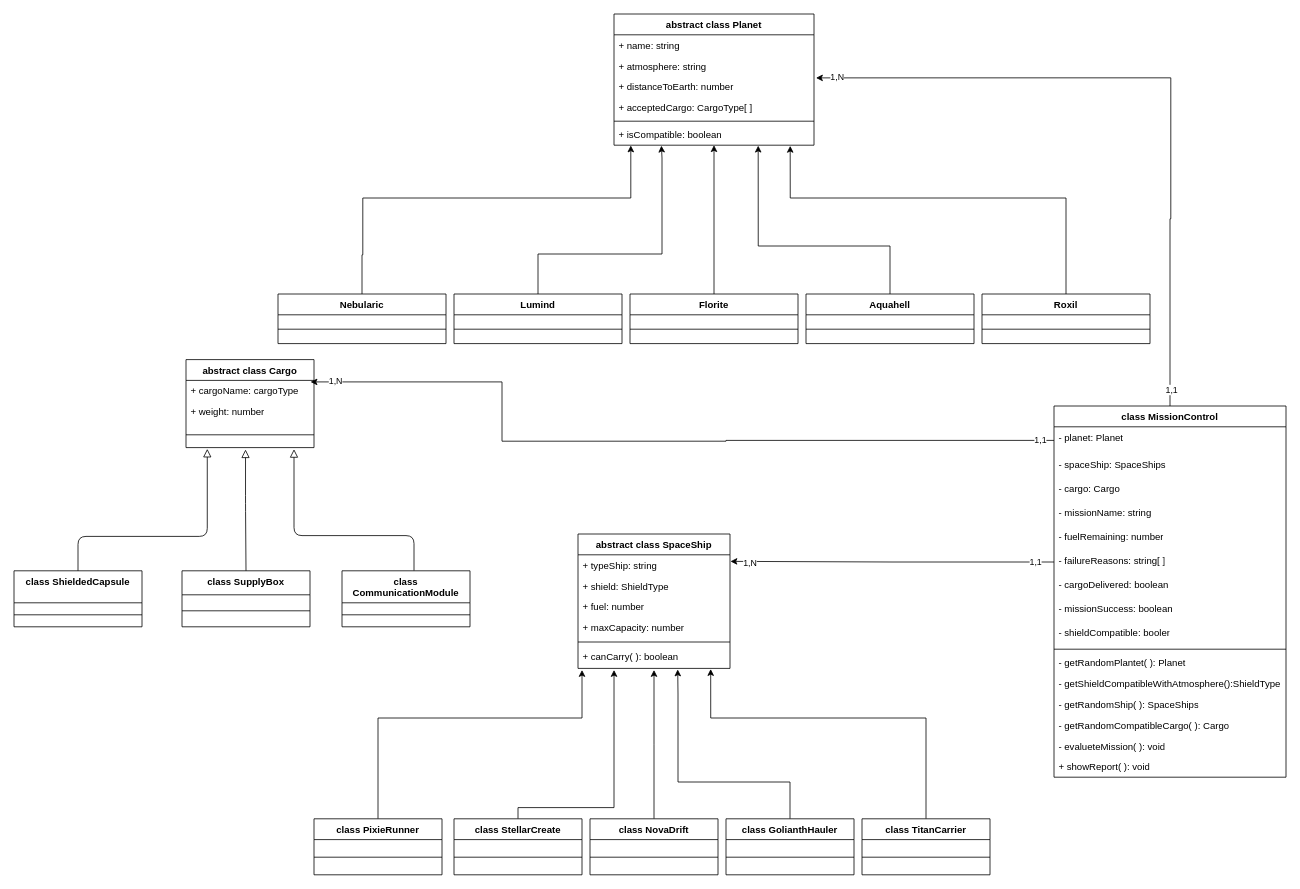
Fabricio-Fontenele/aval1-poo keeps this draw.io diagram as diagrams/aval1_poo.drawio. Above is the earlier version. Source tidied: cells renumbered, new cells numbered last; positions are measured from the earlier drawing's top-left corner, leaving out a move shared by most shapes. Both pictures are drawn from the tidied source at 80%, with x=0, y=0 at pixel (14, 14).
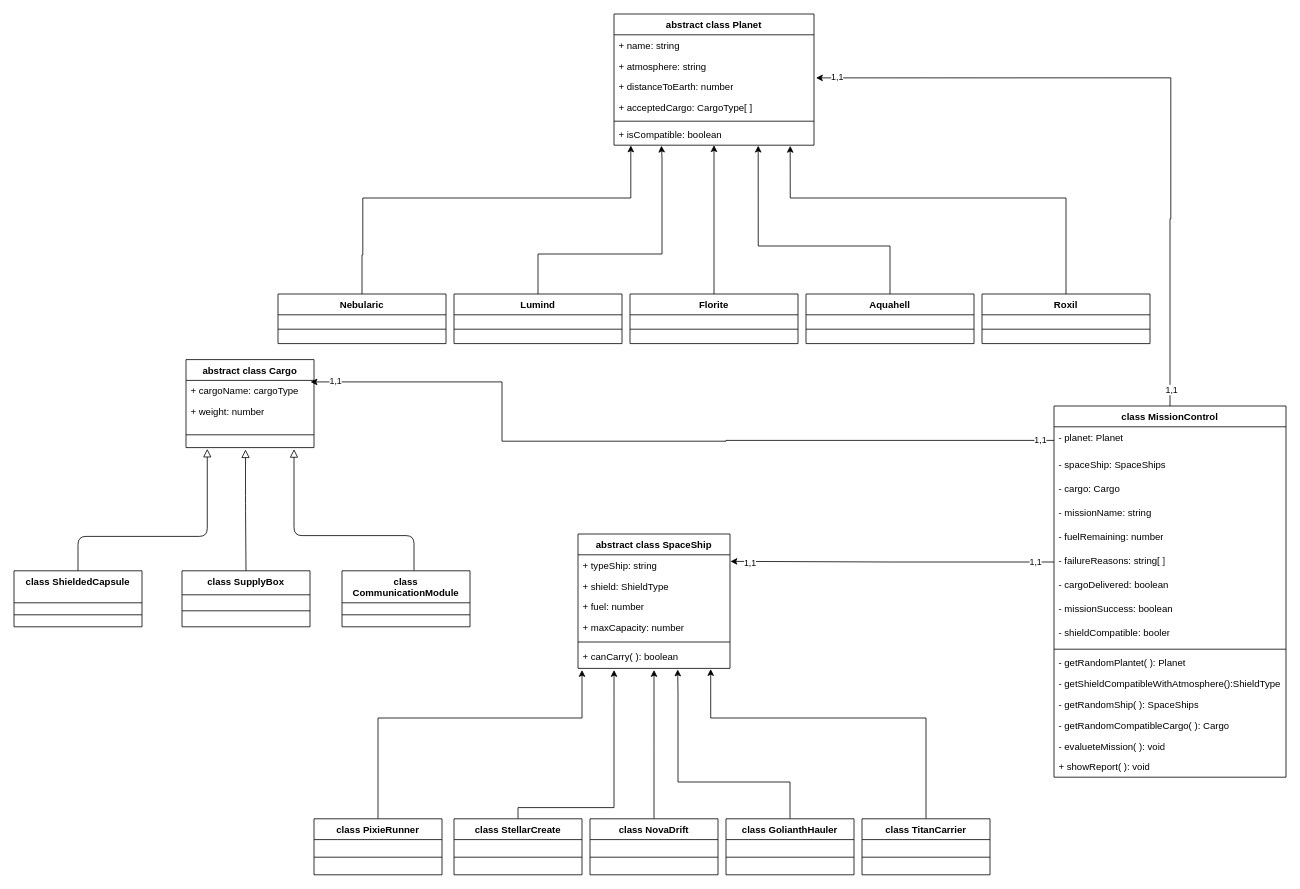
Above is the later version.

The change refers to these unchanged cells:
```xml
<mxCell id="20" style="edgeStyle=orthogonalEdgeStyle;rounded=0;jettySize=auto;html=1;entryX=1.01;entryY=0.071;entryDx=0;entryDy=0;entryPerimeter=0;" parent="1" edge="1" source="23" target="5">
  <mxGeometry relative="1" as="geometry">
    <Array as="points">
      <mxPoint x="1445" y="256" />
      <mxPoint x="1446" y="256" />
      <mxPoint x="1446" y="80" />
    </Array>
  </mxGeometry>
</mxCell>
<mxCell id="79" style="edgeStyle=orthogonalEdgeStyle;rounded=0;jettySize=auto;html=1;entryX=1.003;entryY=0.316;entryDx=0;entryDy=0;entryPerimeter=0;" parent="1" edge="1" source="29" target="44">
  <mxGeometry relative="1" as="geometry" />
</mxCell>
<mxCell id="82" style="edgeStyle=orthogonalEdgeStyle;rounded=0;jettySize=auto;html=1;entryX=0.973;entryY=0.073;entryDx=0;entryDy=0;entryPerimeter=0;" parent="1" edge="1" source="24" target="10">
  <mxGeometry relative="1" as="geometry">
    <Array as="points">
      <mxPoint x="890" y="533" />
      <mxPoint x="890" y="534" />
      <mxPoint x="610" y="534" />
      <mxPoint x="610" y="460" />
    </Array>
  </mxGeometry>
</mxCell>
```

What changed in the source:
```diff
@@
-    <mxCell id="21" value="1,N" style="edgeLabel;html=1;align=center;verticalAlign=middle;" parent="20" vertex="1">
+    <mxCell id="21" value="1,1" style="edgeLabel;html=1;align=center;verticalAlign=middle;" parent="20" vertex="1">
       <mxGeometry x="0.94" y="-1" relative="1" as="geometry" />
     </mxCell>
@@
-    <mxCell id="81" value="1,N" style="edgeLabel;html=1;align=center;verticalAlign=middle;" parent="79" vertex="1">
+    <mxCell id="81" value="1,1" style="edgeLabel;html=1;align=center;verticalAlign=middle;" parent="79" vertex="1">
       <mxGeometry x="0.88" y="1" relative="1" as="geometry" />
     </mxCell>
@@
-    <mxCell id="84" value="1,N" style="edgeLabel;html=1;align=center;verticalAlign=middle;" parent="82" vertex="1">
+    <mxCell id="84" value="1,1" style="edgeLabel;html=1;align=center;verticalAlign=middle;" parent="82" vertex="1">
       <mxGeometry x="0.94" y="-1" relative="1" as="geometry" />
     </mxCell>
```
